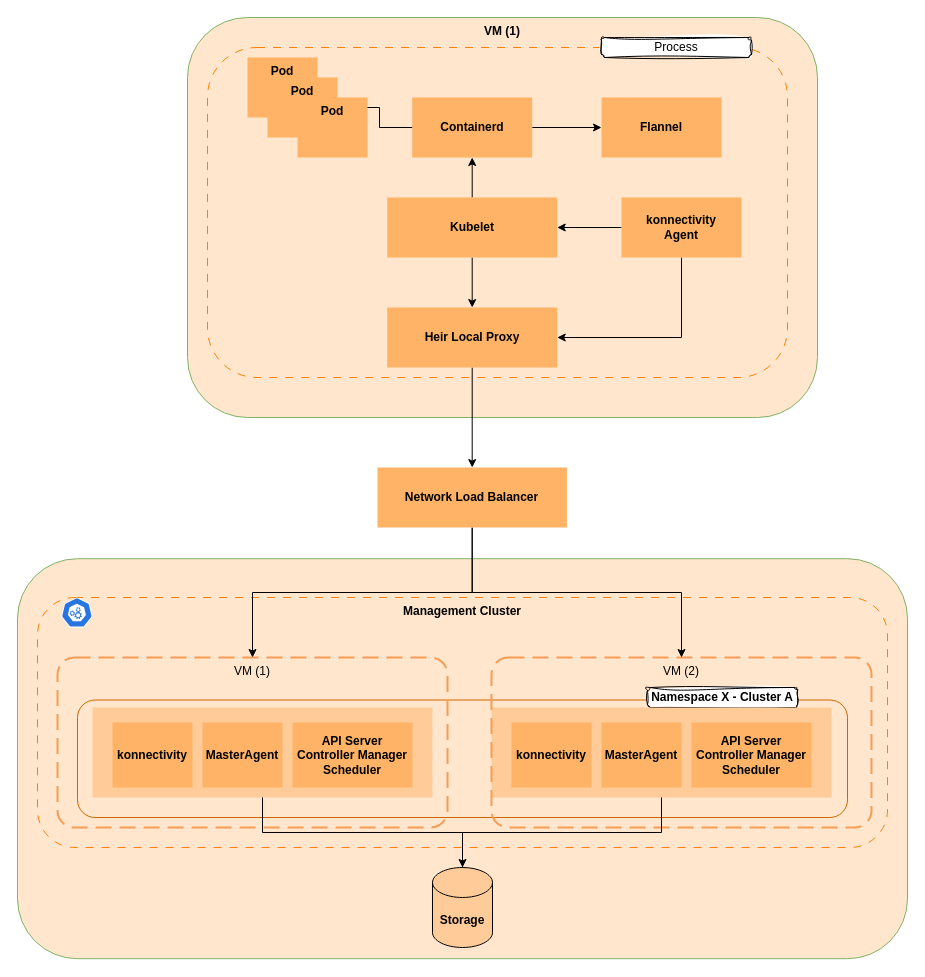
This is static/img/cluster-architecture.drawio from tardigradeproj/docs, a draw.io file, before an edit. Source tidied: cells renumbered, new cells numbered last; positions are measured from the earlier drawing's top-left corner, leaving out a move shared by most shapes. Both pictures are drawn from the tidied source at 100%, with x=0, y=0 at pixel (17, 17).
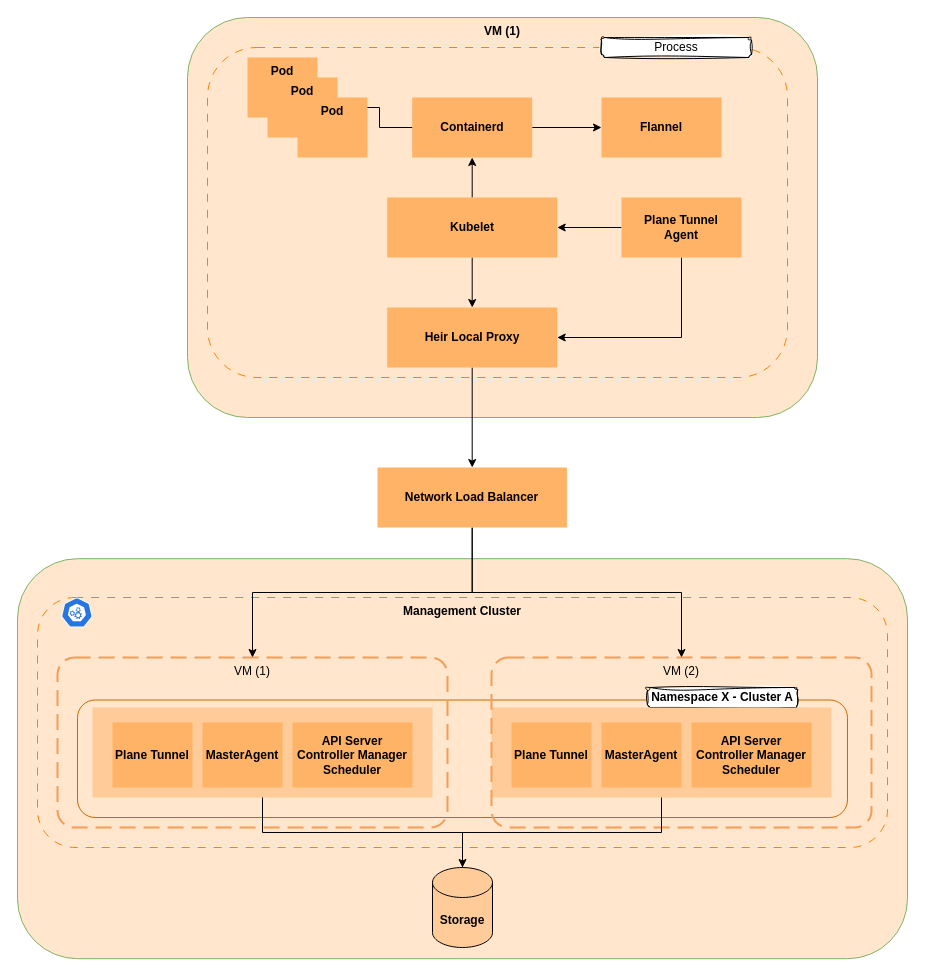
The same diagram, later.

What changed in the source:
```diff
@@
-    <mxCell id="13" value="konnectivity" style="rounded=0;whiteSpace=wrap;html=1;strokeColor=none;fillColor=#FFB366;fontStyle=1;" parent="1" vertex="1">
+    <mxCell id="13" value="Plane Tunnel" style="rounded=0;whiteSpace=wrap;html=1;strokeColor=none;fillColor=#FFB366;fontStyle=1;" parent="1" vertex="1">
       <mxGeometry x="494" y="705" width="80" height="65" as="geometry" />
     </mxCell>
@@
-    <mxCell id="17" value="konnectivity" style="rounded=0;whiteSpace=wrap;html=1;strokeColor=none;fillColor=#FFB366;fontStyle=1;" parent="1" vertex="1">
+    <mxCell id="17" value="Plane Tunnel" style="rounded=0;whiteSpace=wrap;html=1;strokeColor=none;fillColor=#FFB366;fontStyle=1;" parent="1" vertex="1">
       <mxGeometry x="95" y="705" width="80" height="65" as="geometry" />
     </mxCell>
@@
-    <mxCell id="31" value="&lt;div&gt;&lt;b&gt;konnectivity&lt;/b&gt;&lt;/div&gt;&lt;div&gt;&lt;b&gt;Agent&lt;/b&gt;&lt;/div&gt;" style="rounded=0;whiteSpace=wrap;html=1;strokeColor=none;fillColor=#FFB366;" parent="1" vertex="1">
+    <mxCell id="31" value="&lt;div&gt;&lt;b&gt;Plane Tunnel&lt;/b&gt;&lt;/div&gt;&lt;div&gt;&lt;b&gt;Agent&lt;/b&gt;&lt;/div&gt;" style="rounded=0;whiteSpace=wrap;html=1;strokeColor=none;fillColor=#FFB366;" parent="1" vertex="1">
       <mxGeometry x="604" y="180" width="120" height="60" as="geometry" />
     </mxCell>
```
